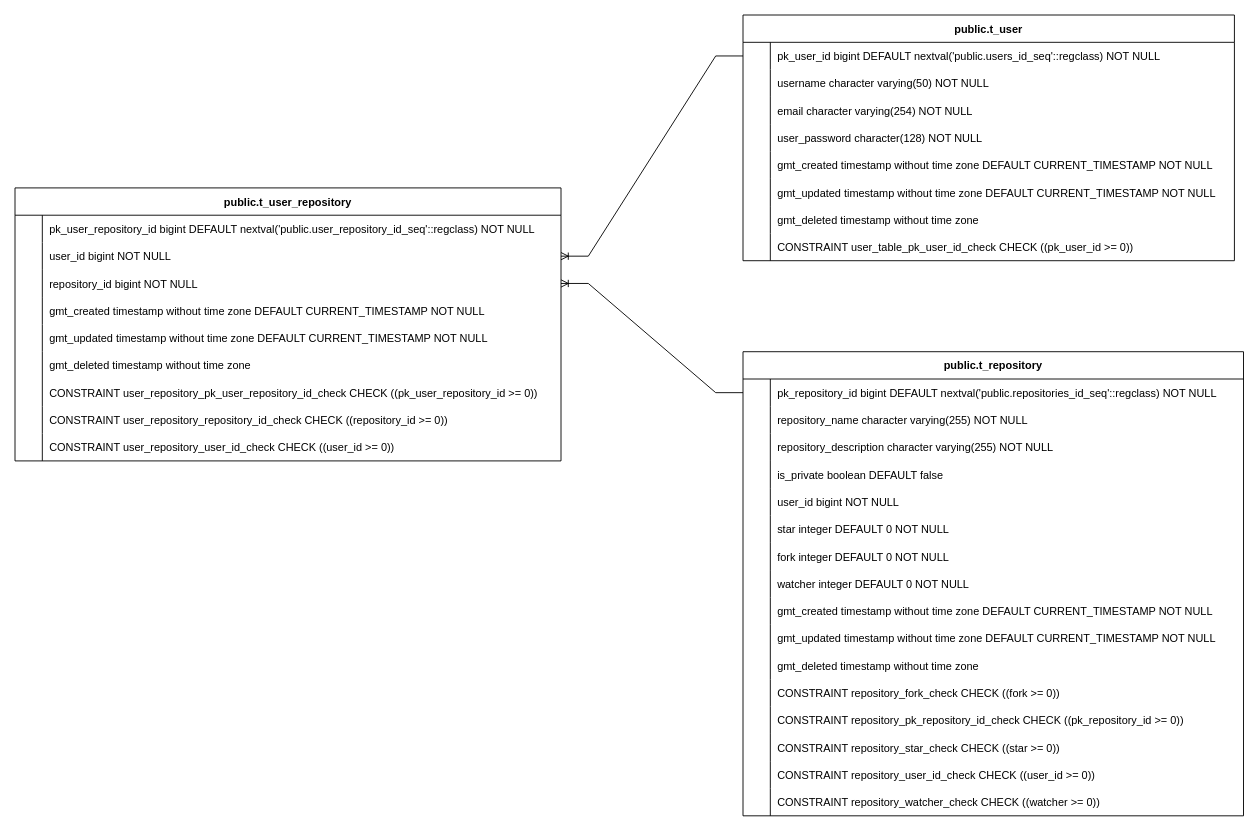
Above: database/diagram/gcs_back_end.drawio in CMIPT/gcs-back-end (draw.io), before the change. Source tidied: cells renumbered, new cells numbered last; positions are measured from the earlier drawing's top-left corner, leaving out a move shared by most shapes. Both pictures are drawn from the tidied source at 91%, with x=0, y=0 at pixel (-31, 15).
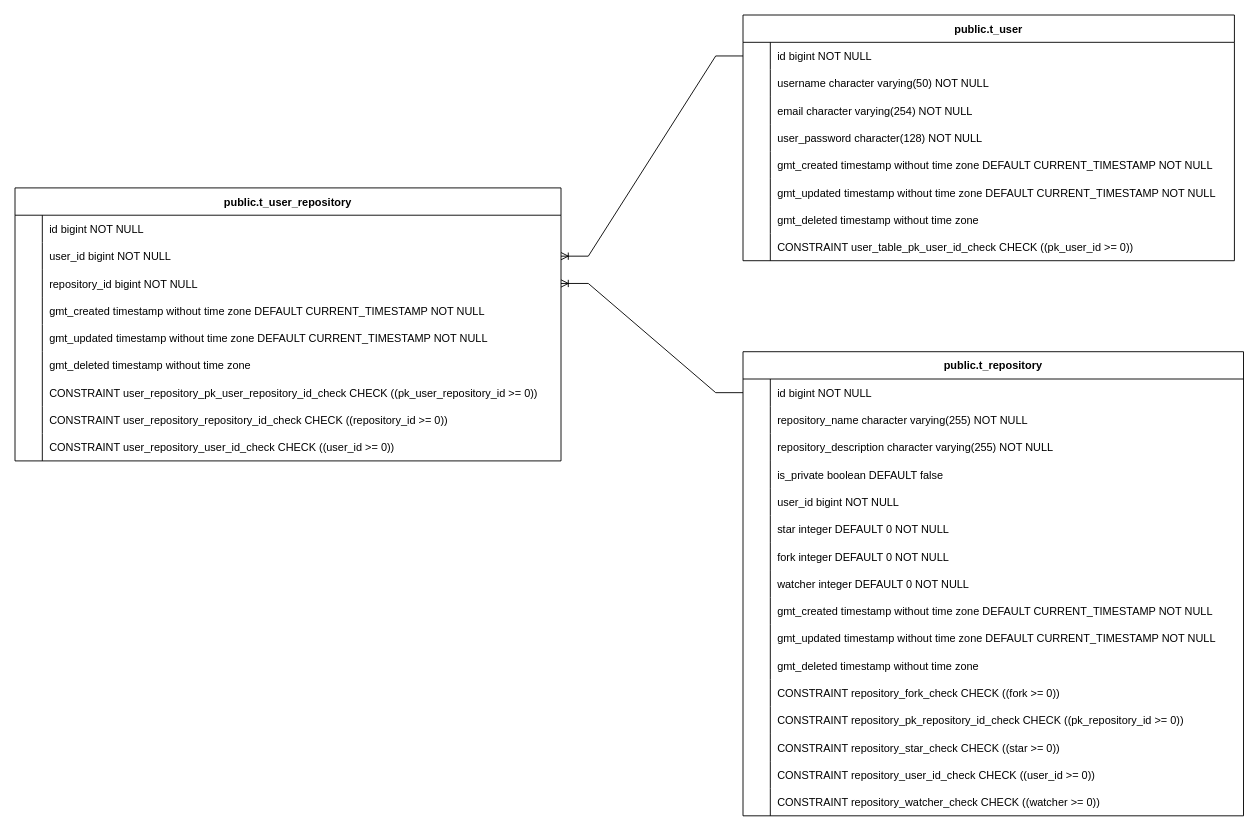
The same diagram, later.

The change refers to these unchanged cells:
```xml
<mxCell id="5" style="shape=tableRow;horizontal=0;startSize=0;swimlaneHead=0;swimlaneBody=0;fillColor=none;points=[[0,0.5],[1,0.5]];portConstraint=eastwest;strokeColor=inherit;top=0;left=0;right=0;bottom=0;" parent="4" vertex="1">
  <mxGeometry y="30" width="550" height="30" as="geometry" />
</mxCell>
<mxCell id="54" style="shape=tableRow;horizontal=0;startSize=0;swimlaneHead=0;swimlaneBody=0;fillColor=none;points=[[0,0.5],[1,0.5]];portConstraint=eastwest;strokeColor=inherit;top=0;left=0;right=0;bottom=0;" parent="53" vertex="1">
  <mxGeometry y="30" width="540" height="30" as="geometry" />
</mxCell>
<mxCell id="79" style="shape=tableRow;horizontal=0;startSize=0;swimlaneHead=0;swimlaneBody=0;fillColor=none;strokeColor=inherit;top=0;left=0;right=0;bottom=0;" parent="78" vertex="1">
  <mxGeometry y="30" width="600" height="30" as="geometry" />
</mxCell>
```

Change to the diagram source:
```diff
@@
-    <mxCell id="7" value="pk_repository_id bigint DEFAULT nextval('public.repositories_id_seq'::regclass) NOT NULL" style="shape=partialRectangle;overflow=hidden;fillColor=none;align=left;strokeColor=inherit;top=0;left=0;bottom=0;right=0;spacingLeft=6;" parent="5" vertex="1">
+    <mxCell id="7" value="id bigint NOT NULL" style="shape=partialRectangle;overflow=hidden;fillColor=none;align=left;strokeColor=inherit;top=0;left=0;bottom=0;right=0;spacingLeft=6;" parent="5" vertex="1">
       <mxGeometry x="30" width="520" height="30" as="geometry" />
     </mxCell>
@@
-    <mxCell id="56" value="pk_user_id bigint DEFAULT nextval('public.users_id_seq'::regclass) NOT NULL" style="shape=partialRectangle;overflow=hidden;fillColor=none;align=left;strokeColor=inherit;top=0;left=0;bottom=0;right=0;spacingLeft=6;" parent="54" vertex="1">
+    <mxCell id="56" value="id bigint NOT NULL" style="shape=partialRectangle;overflow=hidden;fillColor=none;align=left;strokeColor=inherit;top=0;left=0;bottom=0;right=0;spacingLeft=6;" parent="54" vertex="1">
       <mxGeometry x="30" width="510" height="30" as="geometry" />
     </mxCell>
@@
-    <mxCell id="81" value="pk_user_repository_id bigint DEFAULT nextval('public.user_repository_id_seq'::regclass) NOT NULL" style="shape=partialRectangle;overflow=hidden;fillColor=none;align=left;strokeColor=inherit;top=0;left=0;bottom=0;right=0;spacingLeft=6;" parent="79" vertex="1">
+    <mxCell id="81" value="id bigint NOT NULL" style="shape=partialRectangle;overflow=hidden;fillColor=none;align=left;strokeColor=inherit;top=0;left=0;bottom=0;right=0;spacingLeft=6;" parent="79" vertex="1">
       <mxGeometry x="30" width="570" height="30" as="geometry" />
     </mxCell>
```
